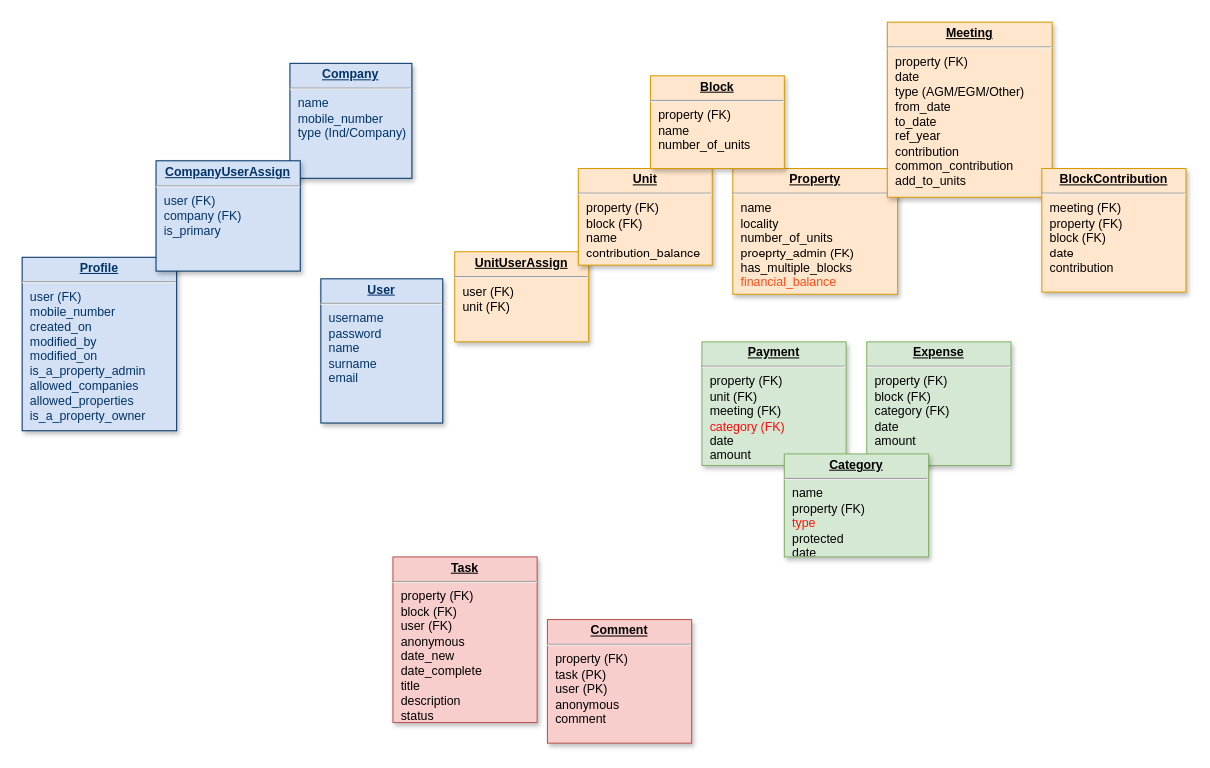
Above: Untitled Diagram.drawio in gilubilu/hello-world (draw.io), before the change. Source tidied: cells renumbered, new cells numbered last; positions are measured from the earlier drawing's top-left corner, leaving out a move shared by most shapes. Both pictures are drawn from the tidied source at 103%, with x=0, y=0 at pixel (22, 22).
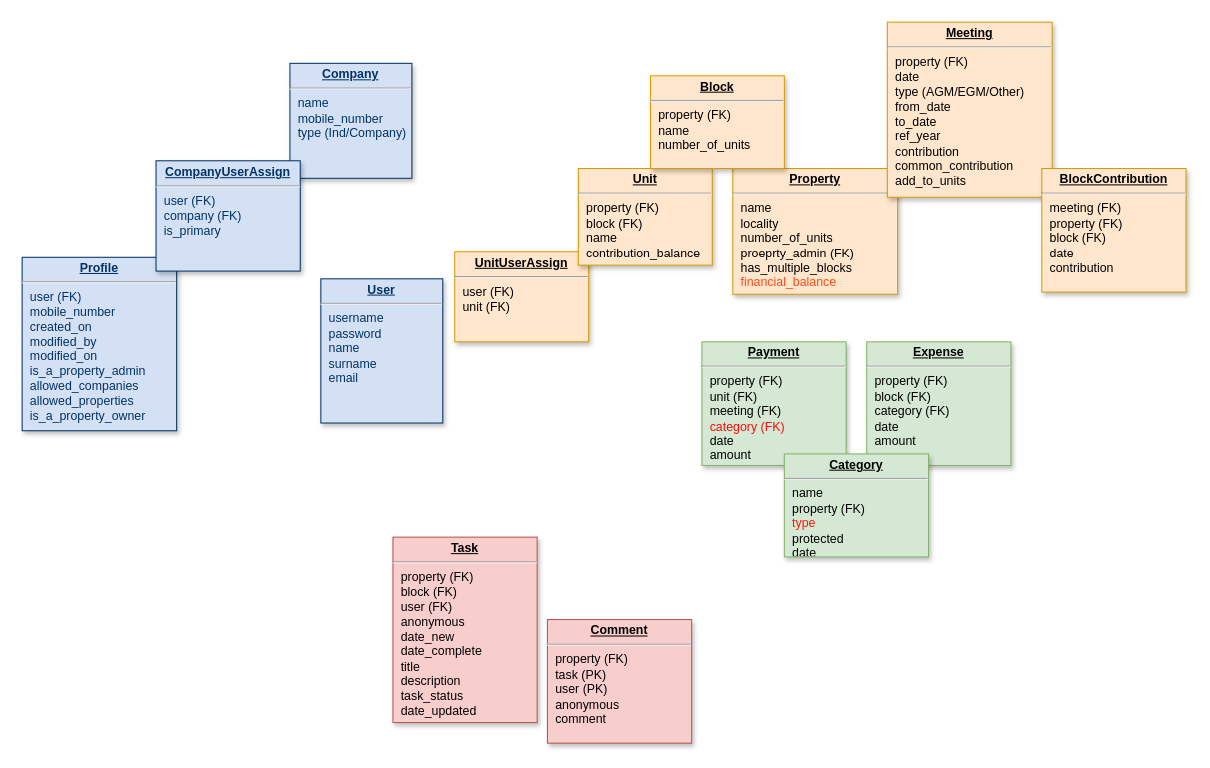
The same page after the edit.

What changed in the source:
```diff
@@
 <mxGraphModel background="#ffffff">
   <root>
     <mxCell id="0" />
     <mxCell id="1" parent="0" />
     <mxCell id="2" value="&lt;p style=&quot;margin: 0px ; margin-top: 4px ; text-align: center ; text-decoration: underline&quot;&gt;&lt;b&gt;UnitUserAssign&lt;/b&gt;&lt;/p&gt;&lt;hr&gt;&lt;p style=&quot;margin: 0px ; margin-left: 8px&quot;&gt;user (FK)&lt;/p&gt;&lt;p style=&quot;margin: 0px ; margin-left: 8px&quot;&gt;unit (FK)&lt;/p&gt;" style="verticalAlign=top;align=left;overflow=fill;fontSize=12;fontFamily=Helvetica;html=1;strokeColor=#d79b00;shadow=1;fillColor=#ffe6cc;" parent="1" vertex="1">
       <mxGeometry x="420" y="222.9" width="130" height="87.5" as="geometry" />
     </mxCell>
     <mxCell id="3" value="&lt;p style=&quot;margin: 0px ; margin-top: 4px ; text-align: center ; text-decoration: underline&quot;&gt;&lt;strong&gt;Unit&lt;/strong&gt;&lt;/p&gt;&lt;hr&gt;&lt;p style=&quot;margin: 0px ; margin-left: 8px&quot;&gt;property (FK)&lt;/p&gt;&lt;p style=&quot;margin: 0px ; margin-left: 8px&quot;&gt;block (FK)&lt;/p&gt;&lt;p style=&quot;margin: 0px ; margin-left: 8px&quot;&gt;name&lt;/p&gt;&lt;p style=&quot;margin: 0px ; margin-left: 8px&quot;&gt;&lt;span&gt;contribution_balance&lt;/span&gt;&lt;br&gt;&lt;/p&gt;&lt;p style=&quot;margin: 0px ; margin-left: 8px&quot;&gt;&lt;br&gt;&lt;/p&gt;" style="verticalAlign=top;align=left;overflow=fill;fontSize=12;fontFamily=Helvetica;html=1;strokeColor=#d79b00;shadow=1;fillColor=#ffe6cc;" parent="1" vertex="1">
       <mxGeometry x="540" y="142.1" width="130" height="93.8" as="geometry" />
     </mxCell>
     <mxCell id="4" value="&lt;p style=&quot;margin: 0px ; margin-top: 4px ; text-align: center ; text-decoration: underline&quot;&gt;&lt;strong&gt;Property&lt;/strong&gt;&lt;/p&gt;&lt;hr&gt;&lt;p style=&quot;margin: 0px ; margin-left: 8px&quot;&gt;name&lt;/p&gt;&lt;p style=&quot;margin: 0px ; margin-left: 8px&quot;&gt;locality&lt;/p&gt;&lt;p style=&quot;margin: 0px ; margin-left: 8px&quot;&gt;number_of_units&lt;/p&gt;&lt;p style=&quot;margin: 0px ; margin-left: 8px&quot;&gt;proeprty_admin (FK)&lt;/p&gt;&lt;p style=&quot;margin: 0px ; margin-left: 8px&quot;&gt;has_multiple_blocks&lt;/p&gt;&lt;p style=&quot;margin: 0px ; margin-left: 8px&quot;&gt;&lt;font color=&quot;#ff4d17&quot;&gt;financial_balance&lt;/font&gt;&lt;/p&gt;&lt;p style=&quot;margin: 0px ; margin-left: 8px&quot;&gt;&lt;br&gt;&lt;/p&gt;" style="verticalAlign=top;align=left;overflow=fill;fontSize=12;fontFamily=Helvetica;html=1;strokeColor=#d79b00;shadow=1;fillColor=#ffe6cc;" parent="1" vertex="1">
       <mxGeometry x="690" y="142.1" width="160" height="122.1" as="geometry" />
     </mxCell>
     <mxCell id="5" value="&lt;p style=&quot;margin: 0px ; margin-top: 4px ; text-align: center ; text-decoration: underline&quot;&gt;&lt;strong&gt;Profile&lt;/strong&gt;&lt;/p&gt;&lt;hr&gt;&lt;p style=&quot;margin: 0px ; margin-left: 8px&quot;&gt;user (FK)&lt;/p&gt;&lt;p style=&quot;margin: 0px ; margin-left: 8px&quot;&gt;mobile_number&lt;/p&gt;&lt;p style=&quot;margin: 0px ; margin-left: 8px&quot;&gt;created_on&lt;/p&gt;&lt;p style=&quot;margin: 0px ; margin-left: 8px&quot;&gt;modified_by&lt;/p&gt;&lt;p style=&quot;margin: 0px ; margin-left: 8px&quot;&gt;modified_on&lt;/p&gt;&lt;p style=&quot;margin: 0px ; margin-left: 8px&quot;&gt;is_a_property_admin&lt;/p&gt;&lt;p style=&quot;margin: 0px ; margin-left: 8px&quot;&gt;allowed_companies&lt;/p&gt;&lt;p style=&quot;margin: 0px ; margin-left: 8px&quot;&gt;allowed_properties&lt;/p&gt;&lt;p style=&quot;margin: 0px ; margin-left: 8px&quot;&gt;is_a_property_owner&lt;/p&gt;" style="verticalAlign=top;align=left;overflow=fill;fontSize=12;fontFamily=Helvetica;html=1;strokeColor=#003366;shadow=1;fillColor=#D4E1F5;fontColor=#003366;direction=west;" parent="1" vertex="1">
       <mxGeometry y="228.3" width="150" height="168.4" as="geometry" />
     </mxCell>
     <mxCell id="6" value="&lt;p style=&quot;margin: 0px ; margin-top: 4px ; text-align: center ; text-decoration: underline&quot;&gt;&lt;b&gt;User&lt;/b&gt;&lt;/p&gt;&lt;hr&gt;&lt;p style=&quot;margin: 0px ; margin-left: 8px&quot;&gt;username&lt;/p&gt;&lt;p style=&quot;margin: 0px ; margin-left: 8px&quot;&gt;password&lt;/p&gt;&lt;p style=&quot;margin: 0px ; margin-left: 8px&quot;&gt;name&lt;/p&gt;&lt;p style=&quot;margin: 0px ; margin-left: 8px&quot;&gt;surname&lt;/p&gt;&lt;p style=&quot;margin: 0px ; margin-left: 8px&quot;&gt;email&lt;/p&gt;" style="verticalAlign=top;align=left;overflow=fill;fontSize=12;fontFamily=Helvetica;html=1;strokeColor=#003366;shadow=1;fillColor=#D4E1F5;fontColor=#003366;direction=south;" parent="1" vertex="1">
       <mxGeometry x="290" y="249.2" width="118.4" height="140" as="geometry" />
     </mxCell>
     <mxCell id="7" value="&lt;p style=&quot;margin: 0px ; margin-top: 4px ; text-align: center ; text-decoration: underline&quot;&gt;&lt;b&gt;Company&lt;/b&gt;&lt;/p&gt;&lt;hr&gt;&lt;p style=&quot;margin: 0px ; margin-left: 8px&quot;&gt;name&lt;/p&gt;&lt;p style=&quot;margin: 0px ; margin-left: 8px&quot;&gt;mobile_number&lt;/p&gt;&lt;p style=&quot;margin: 0px ; margin-left: 8px&quot;&gt;type (Ind/Company)&lt;/p&gt;" style="verticalAlign=top;align=left;overflow=fill;fontSize=12;fontFamily=Helvetica;html=1;strokeColor=#003366;shadow=1;fillColor=#D4E1F5;fontColor=#003366;direction=south;" parent="1" vertex="1">
       <mxGeometry x="260" y="40" width="118.4" height="111.6" as="geometry" />
     </mxCell>
     <mxCell id="8" value="&lt;p style=&quot;margin: 0px ; margin-top: 4px ; text-align: center ; text-decoration: underline&quot;&gt;&lt;b&gt;CompanyUserAssign&lt;/b&gt;&lt;/p&gt;&lt;hr&gt;&lt;p style=&quot;margin: 0px ; margin-left: 8px&quot;&gt;user (FK)&lt;/p&gt;&lt;p style=&quot;margin: 0px ; margin-left: 8px&quot;&gt;company (FK)&lt;/p&gt;&lt;p style=&quot;margin: 0px ; margin-left: 8px&quot;&gt;is_primary&lt;/p&gt;" style="verticalAlign=top;align=left;overflow=fill;fontSize=12;fontFamily=Helvetica;html=1;strokeColor=#003366;shadow=1;fillColor=#D4E1F5;fontColor=#003366;direction=east;" parent="1" vertex="1">
       <mxGeometry x="130" y="134.6" width="140" height="107.1" as="geometry" />
     </mxCell>
     <mxCell id="9" value="&lt;p style=&quot;margin: 0px ; margin-top: 4px ; text-align: center ; text-decoration: underline&quot;&gt;&lt;strong&gt;Meeting&lt;/strong&gt;&lt;/p&gt;&lt;hr&gt;&lt;p style=&quot;margin: 0px ; margin-left: 8px&quot;&gt;property (FK)&lt;/p&gt;&lt;p style=&quot;margin: 0px ; margin-left: 8px&quot;&gt;date&lt;/p&gt;&lt;p style=&quot;margin: 0px ; margin-left: 8px&quot;&gt;type (AGM/EGM/Other)&lt;/p&gt;&lt;p style=&quot;margin: 0px ; margin-left: 8px&quot;&gt;from_date&lt;/p&gt;&lt;p style=&quot;margin: 0px ; margin-left: 8px&quot;&gt;to_date&lt;/p&gt;&lt;p style=&quot;margin: 0px ; margin-left: 8px&quot;&gt;ref_year&lt;/p&gt;&lt;p style=&quot;margin: 0px ; margin-left: 8px&quot;&gt;contribution&lt;/p&gt;&lt;p style=&quot;margin: 0px ; margin-left: 8px&quot;&gt;common_contribution&lt;/p&gt;&lt;p style=&quot;margin: 0px ; margin-left: 8px&quot;&gt;add_to_units&lt;/p&gt;" style="verticalAlign=top;align=left;overflow=fill;fontSize=12;fontFamily=Helvetica;html=1;strokeColor=#d79b00;shadow=1;fillColor=#ffe6cc;direction=west;" parent="1" vertex="1">
       <mxGeometry x="840" width="160" height="170" as="geometry" />
     </mxCell>
     <mxCell id="10" value="&lt;p style=&quot;margin: 0px ; margin-top: 4px ; text-align: center ; text-decoration: underline&quot;&gt;&lt;strong&gt;BlockContribution&lt;/strong&gt;&lt;/p&gt;&lt;hr&gt;&lt;p style=&quot;margin: 0px ; margin-left: 8px&quot;&gt;meeting (FK)&lt;/p&gt;&lt;p style=&quot;margin: 0px ; margin-left: 8px&quot;&gt;property (FK)&lt;/p&gt;&lt;p style=&quot;margin: 0px ; margin-left: 8px&quot;&gt;block (FK)&lt;/p&gt;&lt;p style=&quot;margin: 0px ; margin-left: 8px&quot;&gt;date&lt;/p&gt;&lt;p style=&quot;margin: 0px ; margin-left: 8px&quot;&gt;contribution&lt;br&gt;&lt;/p&gt;" style="verticalAlign=top;align=left;overflow=fill;fontSize=12;fontFamily=Helvetica;html=1;strokeColor=#d79b00;shadow=1;fillColor=#ffe6cc;direction=west;" parent="1" vertex="1">
       <mxGeometry x="990" y="142.1" width="140" height="120" as="geometry" />
     </mxCell>
     <mxCell id="11" value="&lt;p style=&quot;margin: 0px ; margin-top: 4px ; text-align: center ; text-decoration: underline&quot;&gt;&lt;strong&gt;Block&lt;/strong&gt;&lt;/p&gt;&lt;hr&gt;&lt;p style=&quot;margin: 0px ; margin-left: 8px&quot;&gt;property (FK)&lt;/p&gt;&lt;p style=&quot;margin: 0px ; margin-left: 8px&quot;&gt;name&lt;/p&gt;&lt;p style=&quot;margin: 0px ; margin-left: 8px&quot;&gt;number_of_units&lt;/p&gt;&lt;p style=&quot;margin: 0px ; margin-left: 8px&quot;&gt;&lt;br&gt;&lt;/p&gt;" style="verticalAlign=top;align=left;overflow=fill;fontSize=12;fontFamily=Helvetica;html=1;strokeColor=#d79b00;shadow=1;fillColor=#ffe6cc;direction=west;" parent="1" vertex="1">
       <mxGeometry x="610" y="52.1" width="130" height="90" as="geometry" />
     </mxCell>
     <mxCell id="12" value="&lt;p style=&quot;margin: 0px ; margin-top: 4px ; text-align: center ; text-decoration: underline&quot;&gt;&lt;strong&gt;Payment&lt;/strong&gt;&lt;/p&gt;&lt;hr&gt;&lt;p style=&quot;margin: 0px ; margin-left: 8px&quot;&gt;&lt;span&gt;property (FK)&lt;/span&gt;&lt;br&gt;&lt;/p&gt;&lt;p style=&quot;margin: 0px ; margin-left: 8px&quot;&gt;&lt;span&gt;unit (FK)&lt;/span&gt;&lt;/p&gt;&lt;p style=&quot;margin: 0px ; margin-left: 8px&quot;&gt;meeting (FK)&lt;/p&gt;&lt;p style=&quot;margin: 0px ; margin-left: 8px&quot;&gt;&lt;font color=&quot;#ff0a0a&quot;&gt;category (FK)&lt;/font&gt;&lt;/p&gt;&lt;p style=&quot;margin: 0px ; margin-left: 8px&quot;&gt;date&lt;span&gt;&lt;br&gt;&lt;/span&gt;&lt;/p&gt;&lt;p style=&quot;margin: 0px ; margin-left: 8px&quot;&gt;&lt;span&gt;amount&lt;/span&gt;&lt;/p&gt;" style="verticalAlign=top;align=left;overflow=fill;fontSize=12;fontFamily=Helvetica;html=1;strokeColor=#82b366;shadow=1;fillColor=#d5e8d4;direction=west;" parent="1" vertex="1">
       <mxGeometry x="660" y="310.4" width="140" height="120" as="geometry" />
     </mxCell>
     <mxCell id="13" value="&lt;p style=&quot;margin: 0px ; margin-top: 4px ; text-align: center ; text-decoration: underline&quot;&gt;&lt;strong&gt;Expense&lt;/strong&gt;&lt;/p&gt;&lt;hr&gt;&lt;p style=&quot;margin: 0px ; margin-left: 8px&quot;&gt;&lt;span&gt;property (FK)&lt;/span&gt;&lt;/p&gt;&lt;p style=&quot;margin: 0px ; margin-left: 8px&quot;&gt;&lt;span&gt;block (FK)&lt;/span&gt;&lt;/p&gt;&lt;p style=&quot;margin: 0px ; margin-left: 8px&quot;&gt;category (FK)&lt;/p&gt;&lt;p style=&quot;margin: 0px ; margin-left: 8px&quot;&gt;date&lt;/p&gt;&lt;p style=&quot;margin: 0px ; margin-left: 8px&quot;&gt;&lt;span&gt;amount&lt;/span&gt;&lt;br&gt;&lt;/p&gt;&lt;p style=&quot;margin: 0px ; margin-left: 8px&quot;&gt;&lt;br&gt;&lt;/p&gt;" style="verticalAlign=top;align=left;overflow=fill;fontSize=12;fontFamily=Helvetica;html=1;strokeColor=#82b366;shadow=1;fillColor=#d5e8d4;direction=west;" parent="1" vertex="1">
       <mxGeometry x="820" y="310.4" width="140" height="120" as="geometry" />
     </mxCell>
     <mxCell id="14" value="&lt;p style=&quot;margin: 0px ; margin-top: 4px ; text-align: center ; text-decoration: underline&quot;&gt;&lt;strong&gt;Category&lt;/strong&gt;&lt;/p&gt;&lt;hr&gt;&lt;p style=&quot;margin: 0px ; margin-left: 8px&quot;&gt;name&lt;br&gt;&lt;/p&gt;&lt;p style=&quot;margin: 0px ; margin-left: 8px&quot;&gt;property (FK)&lt;/p&gt;&lt;p style=&quot;margin: 0px ; margin-left: 8px&quot;&gt;&lt;font color=&quot;#ff1808&quot;&gt;type&lt;/font&gt;&lt;/p&gt;&lt;p style=&quot;margin: 0px ; margin-left: 8px&quot;&gt;protected&lt;/p&gt;&lt;p style=&quot;margin: 0px ; margin-left: 8px&quot;&gt;date&lt;/p&gt;" style="verticalAlign=top;align=left;overflow=fill;fontSize=12;fontFamily=Helvetica;html=1;strokeColor=#82b366;shadow=1;fillColor=#d5e8d4;direction=west;" parent="1" vertex="1">
       <mxGeometry x="740" y="419.2" width="140" height="100" as="geometry" />
     </mxCell>
-    <mxCell id="15" value="&lt;p style=&quot;margin: 0px ; margin-top: 4px ; text-align: center ; text-decoration: underline&quot;&gt;&lt;strong&gt;Task&lt;/strong&gt;&lt;/p&gt;&lt;hr&gt;&lt;p style=&quot;margin: 0px ; margin-left: 8px&quot;&gt;&lt;span&gt;property (FK)&lt;/span&gt;&lt;br&gt;&lt;/p&gt;&lt;p style=&quot;margin: 0px ; margin-left: 8px&quot;&gt;&lt;span&gt;block (FK)&lt;/span&gt;&lt;/p&gt;&lt;p style=&quot;margin: 0px ; margin-left: 8px&quot;&gt;&lt;span&gt;user (FK)&lt;/span&gt;&lt;/p&gt;&lt;p style=&quot;margin: 0px ; margin-left: 8px&quot;&gt;&lt;span&gt;anonymous&lt;/span&gt;&lt;/p&gt;&lt;p style=&quot;margin: 0px ; margin-left: 8px&quot;&gt;date_new&lt;/p&gt;&lt;p style=&quot;margin: 0px ; margin-left: 8px&quot;&gt;date_complete&lt;/p&gt;&lt;p style=&quot;margin: 0px ; margin-left: 8px&quot;&gt;title&lt;span&gt;&lt;br&gt;&lt;/span&gt;&lt;/p&gt;&lt;p style=&quot;margin: 0px ; margin-left: 8px&quot;&gt;&lt;span&gt;description&lt;/span&gt;&lt;/p&gt;&lt;p style=&quot;margin: 0px ; margin-left: 8px&quot;&gt;&lt;span&gt;status&lt;/span&gt;&lt;/p&gt;" style="verticalAlign=top;align=left;overflow=fill;fontSize=12;fontFamily=Helvetica;html=1;strokeColor=#b85450;shadow=1;fillColor=#f8cecc;direction=west;" parent="1" vertex="1">
-      <mxGeometry x="360" y="519.2" width="140" height="160.8" as="geometry" />
+    <mxCell id="15" value="&lt;p style=&quot;margin: 0px ; margin-top: 4px ; text-align: center ; text-decoration: underline&quot;&gt;&lt;strong&gt;Task&lt;/strong&gt;&lt;/p&gt;&lt;hr&gt;&lt;p style=&quot;margin: 0px ; margin-left: 8px&quot;&gt;&lt;span&gt;property (FK)&lt;/span&gt;&lt;br&gt;&lt;/p&gt;&lt;p style=&quot;margin: 0px ; margin-left: 8px&quot;&gt;&lt;span&gt;block (FK)&lt;/span&gt;&lt;/p&gt;&lt;p style=&quot;margin: 0px ; margin-left: 8px&quot;&gt;&lt;span&gt;user (FK)&lt;/span&gt;&lt;/p&gt;&lt;p style=&quot;margin: 0px ; margin-left: 8px&quot;&gt;&lt;span&gt;anonymous&lt;/span&gt;&lt;/p&gt;&lt;p style=&quot;margin: 0px ; margin-left: 8px&quot;&gt;date_new&lt;/p&gt;&lt;p style=&quot;margin: 0px ; margin-left: 8px&quot;&gt;date_complete&lt;/p&gt;&lt;p style=&quot;margin: 0px ; margin-left: 8px&quot;&gt;title&lt;span&gt;&lt;br&gt;&lt;/span&gt;&lt;/p&gt;&lt;p style=&quot;margin: 0px ; margin-left: 8px&quot;&gt;&lt;span&gt;description&lt;/span&gt;&lt;/p&gt;&lt;p style=&quot;margin: 0px ; margin-left: 8px&quot;&gt;&lt;span&gt;task_status&lt;/span&gt;&lt;/p&gt;&lt;p style=&quot;margin: 0px ; margin-left: 8px&quot;&gt;&lt;span&gt;date_updated&lt;/span&gt;&lt;/p&gt;" style="verticalAlign=top;align=left;overflow=fill;fontSize=12;fontFamily=Helvetica;html=1;strokeColor=#b85450;shadow=1;fillColor=#f8cecc;direction=west;" parent="1" vertex="1">
+      <mxGeometry x="360" y="500" width="140" height="180" as="geometry" />
     </mxCell>
     <mxCell id="16" value="&lt;p style=&quot;margin: 0px ; margin-top: 4px ; text-align: center ; text-decoration: underline&quot;&gt;&lt;b&gt;Comment&lt;/b&gt;&lt;/p&gt;&lt;hr&gt;&lt;p style=&quot;margin: 0px ; margin-left: 8px&quot;&gt;&lt;span&gt;property (FK)&lt;/span&gt;&lt;br&gt;&lt;/p&gt;&lt;p style=&quot;margin: 0px ; margin-left: 8px&quot;&gt;&lt;span&gt;task (PK)&lt;/span&gt;&lt;/p&gt;&lt;p style=&quot;margin: 0px ; margin-left: 8px&quot;&gt;&lt;span&gt;user (PK)&lt;/span&gt;&lt;/p&gt;&lt;p style=&quot;margin: 0px ; margin-left: 8px&quot;&gt;&lt;span&gt;anonymous&lt;/span&gt;&lt;/p&gt;&lt;p style=&quot;margin: 0px ; margin-left: 8px&quot;&gt;&lt;span&gt;comment&lt;/span&gt;&lt;/p&gt;&lt;p style=&quot;margin: 0px ; margin-left: 8px&quot;&gt;&lt;span&gt;&lt;br&gt;&lt;/span&gt;&lt;/p&gt;" style="verticalAlign=top;align=left;overflow=fill;fontSize=12;fontFamily=Helvetica;html=1;strokeColor=#b85450;shadow=1;fillColor=#f8cecc;direction=west;" parent="1" vertex="1">
       <mxGeometry x="510" y="580" width="140" height="120" as="geometry" />
     </mxCell>
   </root>
 </mxGraphModel>
```
